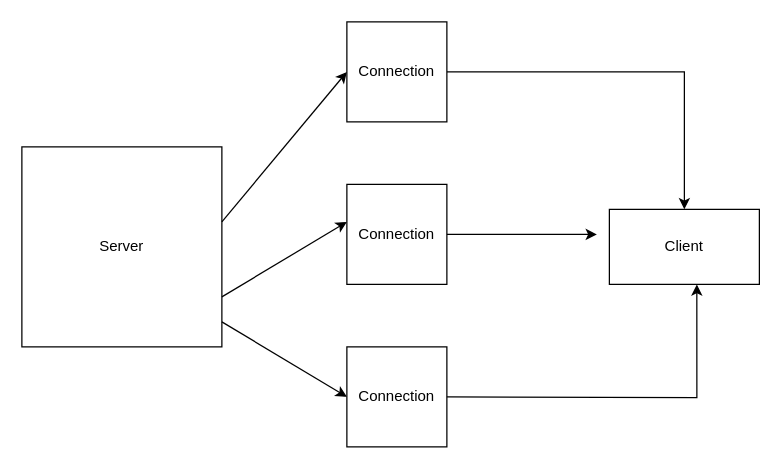
Above: Untitled Diagram.drawio in Bronstein0x113c1c3/crawling_tool_for_my_bro (draw.io), before the change. Source tidied: cells renumbered, new cells numbered last; positions are measured from the earlier drawing's top-left corner, leaving out a move shared by most shapes. Both pictures are drawn from the tidied source at 125%, with x=0, y=0 at pixel (21, 21).
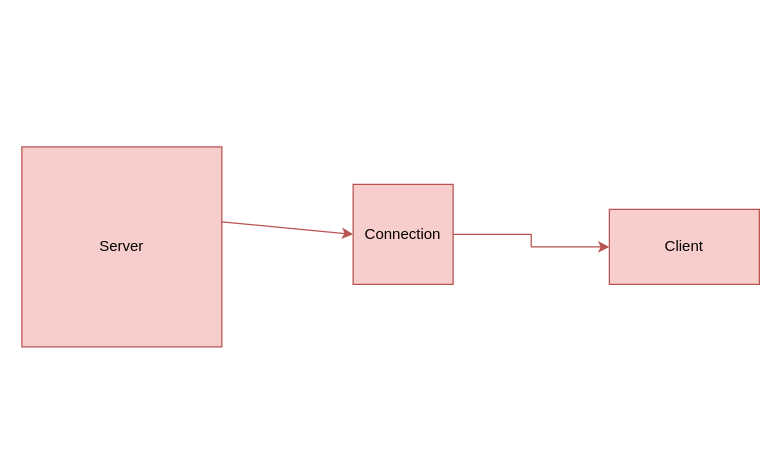
Above is the later version.

What changed in the source:
```diff
@@
 <mxGraphModel>
   <root>
     <mxCell id="0" />
     <mxCell id="1" parent="0" />
-    <mxCell id="2" value="Server" style="whiteSpace=wrap;html=1;" parent="1" vertex="1">
+    <mxCell id="2" value="Server" style="whiteSpace=wrap;html=1;fillColor=#f8cecc;strokeColor=#b85450;" parent="1" vertex="1">
       <mxGeometry y="100" width="160" height="160" as="geometry" />
     </mxCell>
-    <mxCell id="3" style="endArrow=classic;html=1;rounded=0;exitX=1;exitY=0.75;exitDx=0;exitDy=0;entryX=0;entryY=0.5;entryDx=0;entryDy=0;" parent="1" edge="1" source="2">
-      <mxGeometry relative="1" as="geometry">
-        <mxPoint x="260" y="160" as="targetPoint" />
-      </mxGeometry>
-    </mxCell>
-    <mxCell id="4" style="edgeStyle=orthogonalEdgeStyle;rounded=0;jettySize=auto;html=1;" parent="1" edge="1" source="5" target="10">
+    <mxCell id="4" style="edgeStyle=orthogonalEdgeStyle;rounded=0;jettySize=auto;html=1;fillColor=#f8cecc;strokeColor=#b85450;" parent="1" edge="1" source="5" target="10">
       <mxGeometry relative="1" as="geometry" />
     </mxCell>
-    <mxCell id="5" value="Connection" style="whiteSpace=wrap;html=1;" parent="1" vertex="1">
-      <mxGeometry x="260" width="80" height="80" as="geometry" />
+    <mxCell id="5" value="Connection" style="whiteSpace=wrap;html=1;fillColor=#f8cecc;strokeColor=#b85450;" parent="1" vertex="1">
+      <mxGeometry x="265" y="130" width="80" height="80" as="geometry" />
     </mxCell>
-    <mxCell id="6" style="endArrow=classic;html=1;rounded=0;exitX=1;exitY=0.75;exitDx=0;exitDy=0;entryX=0;entryY=0.5;entryDx=0;entryDy=0;" parent="1" edge="1" target="5">
+    <mxCell id="6" style="endArrow=classic;html=1;rounded=0;exitX=1;exitY=0.75;exitDx=0;exitDy=0;entryX=0;entryY=0.5;entryDx=0;entryDy=0;fillColor=#f8cecc;strokeColor=#b85450;" parent="1" edge="1" target="5">
       <mxGeometry relative="1" as="geometry">
         <mxPoint x="160" y="160" as="sourcePoint" />
       </mxGeometry>
     </mxCell>
-    <mxCell id="7" style="endArrow=classic;html=1;rounded=0;exitX=1;exitY=0.75;exitDx=0;exitDy=0;entryX=0;entryY=0.5;entryDx=0;entryDy=0;" parent="1" edge="1">
-      <mxGeometry relative="1" as="geometry">
-        <mxPoint x="160" y="240" as="sourcePoint" />
-        <mxPoint x="260" y="300" as="targetPoint" />
-      </mxGeometry>
-    </mxCell>
-    <mxCell id="8" value="Connection" style="whiteSpace=wrap;html=1;" parent="1" vertex="1">
-      <mxGeometry x="260" y="130" width="80" height="80" as="geometry" />
-    </mxCell>
-    <mxCell id="9" value="Connection" style="whiteSpace=wrap;html=1;" parent="1" vertex="1">
-      <mxGeometry x="260" y="260" width="80" height="80" as="geometry" />
-    </mxCell>
-    <mxCell id="10" value="Client" style="whiteSpace=wrap;html=1;" parent="1" vertex="1">
+    <mxCell id="10" value="Client" style="whiteSpace=wrap;html=1;fillColor=#f8cecc;strokeColor=#b85450;" parent="1" vertex="1">
       <mxGeometry x="470" y="150" width="120" height="60" as="geometry" />
     </mxCell>
-    <mxCell id="11" style="edgeStyle=orthogonalEdgeStyle;rounded=0;orthogonalLoop=1;jettySize=auto;html=1;" parent="1" edge="1">
-      <mxGeometry relative="1" as="geometry">
-        <mxPoint x="340" y="170" as="sourcePoint" />
-        <mxPoint x="460" y="170" as="targetPoint" />
-      </mxGeometry>
-    </mxCell>
-    <mxCell id="12" style="edgeStyle=orthogonalEdgeStyle;rounded=0;jettySize=auto;html=1;entryX=0.583;entryY=1;entryDx=0;entryDy=0;entryPerimeter=0;" parent="1" edge="1" target="10">
-      <mxGeometry relative="1" as="geometry">
-        <mxPoint x="340" y="300" as="sourcePoint" />
-      </mxGeometry>
-    </mxCell>
   </root>
 </mxGraphModel>
```
